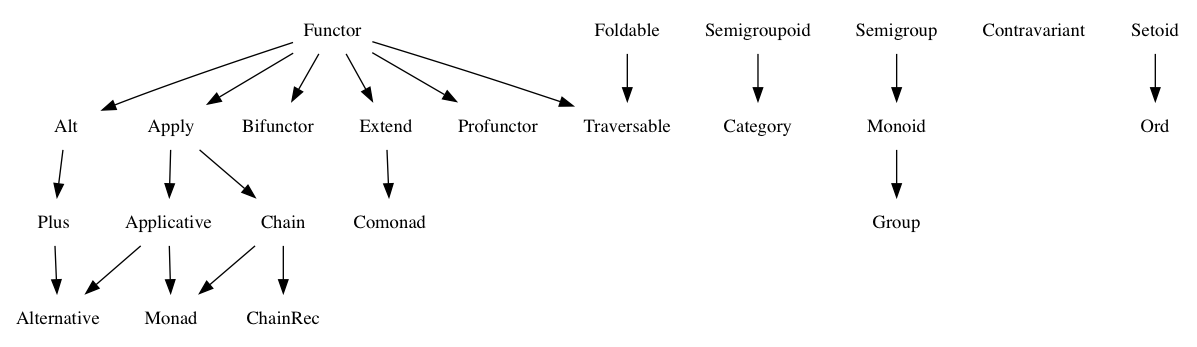
This is figures/dependencies.png from fantasyland/fantasy-land, a Graphviz export, as it was before one commit. Its source is kept beside it as figures/dependencies.dot.
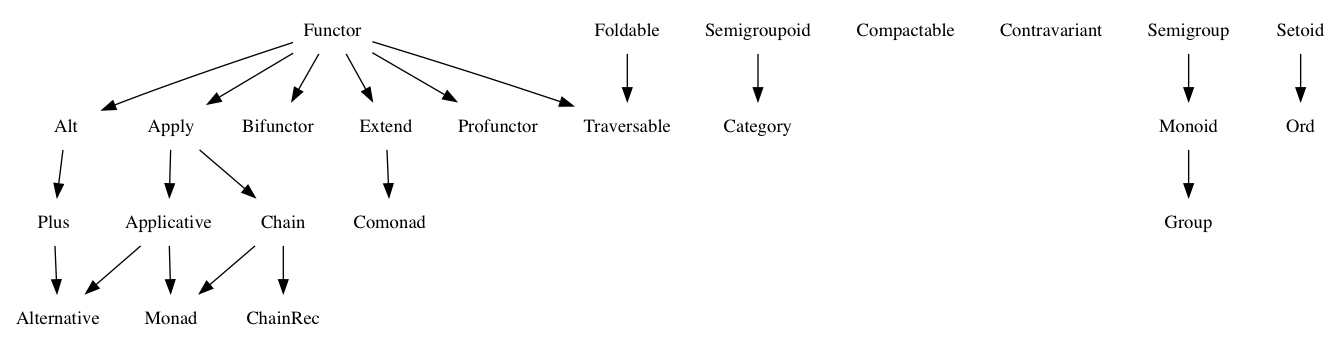
The same file after the commit.

Commit message:
add Compactable algebra

The edit, as a diff of the source:
```diff
@@ -11,11 +11,12 @@
   Chain;
   ChainRec;
   Comonad;
+  Compactable;
+  Contravariant;
   Extend;
   Foldable;
   Functor;
   Group;
-  Contravariant;
   Monad;
   Monoid;
   Ord;
```
